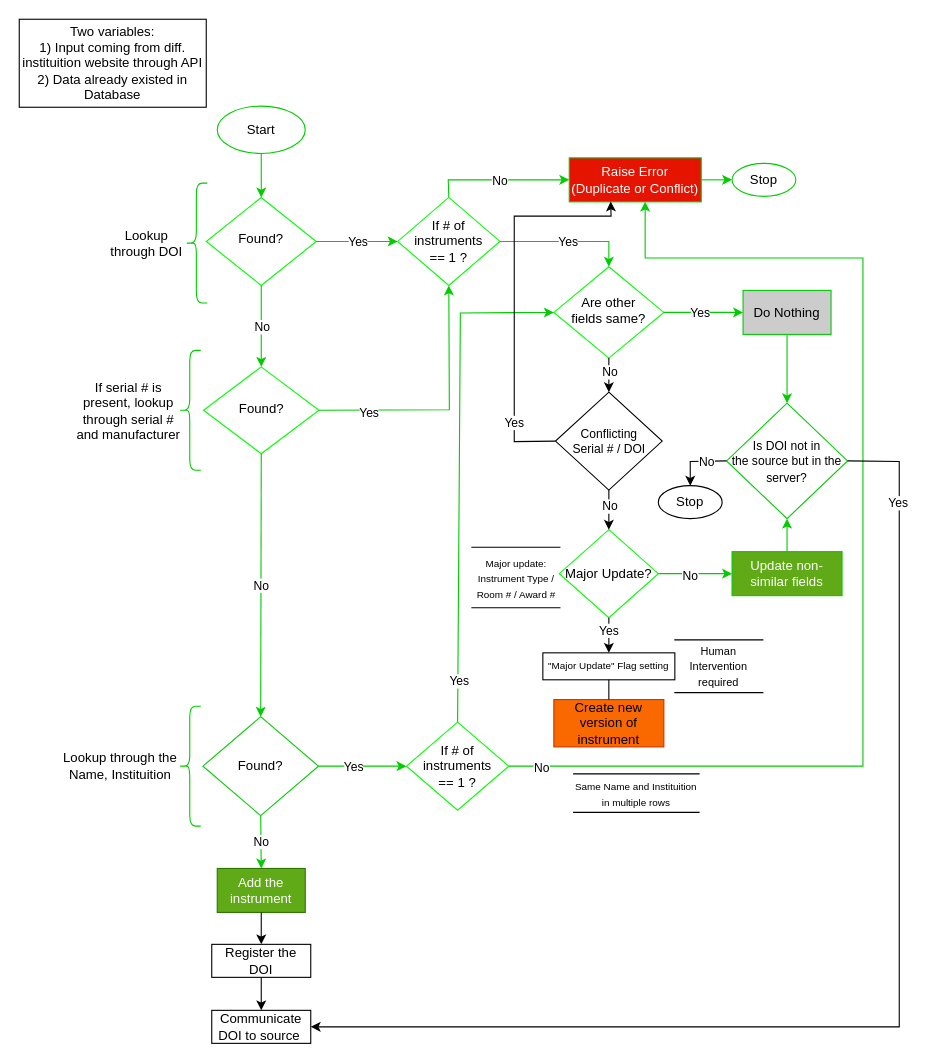
The draw.io diagram scripts/ImportInstrumentsUML.drawio in harshitjain17/DMR-FIRST-Instrument-Tool, before the edit. Source tidied: cells renumbered, new cells numbered last; positions are measured from the earlier drawing's top-left corner, leaving out a move shared by most shapes. Both pictures are drawn from the tidied source at 110%, with x=0, y=0 at pixel (19, 19).
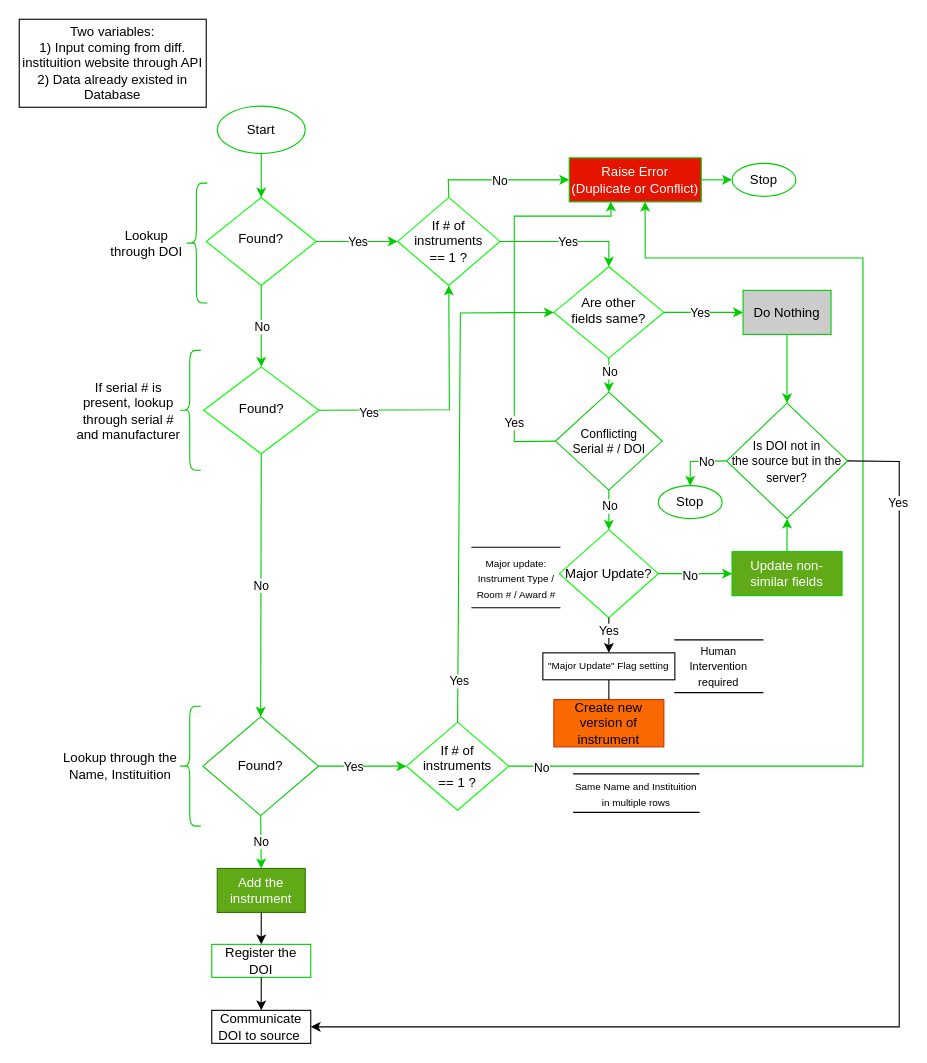
After the change.

Unchanged cells that the change refers to:
```xml
<mxCell id="6" value="Raise Error&lt;br&gt;(Duplicate or Conflict)" style="rounded=0;whiteSpace=wrap;html=1;fillColor=#e51400;strokeColor=#00CC00;fontColor=#ffffff;" parent="1" vertex="1">
  <mxGeometry x="500" y="126" width="120" height="40" as="geometry" />
</mxCell>
<mxCell id="11" value="Are other&lt;br&gt;fields same?" style="rhombus;whiteSpace=wrap;html=1;shadow=0;fontFamily=Helvetica;fontSize=12;align=center;strokeWidth=1;spacing=6;spacingTop=-4;strokeColor=#00FF00;" parent="1" vertex="1">
  <mxGeometry x="486" y="225" width="100" height="83" as="geometry" />
</mxCell>
<mxCell id="44" value="Major Update?" style="rhombus;whiteSpace=wrap;html=1;strokeColor=#00FF00;" parent="1" vertex="1">
  <mxGeometry x="491" y="464" width="90" height="80" as="geometry" />
</mxCell>
<mxCell id="55" value="&lt;font style=&quot;font-size: 11px;&quot;&gt;Is DOI not in&lt;br&gt;the source but in the server?&lt;/font&gt;" style="rhombus;whiteSpace=wrap;html=1;strokeColor=#00CC00;" parent="1" vertex="1">
  <mxGeometry x="643" y="349" width="110" height="105" as="geometry" />
</mxCell>
```

The edit, as a diff of the source:
```diff
@@
-    <mxCell id="16" style="endArrow=classic;html=1;rounded=0;exitX=0.5;exitY=1;exitDx=0;exitDy=0;entryX=0.5;entryY=0;entryDx=0;entryDy=0;" parent="1" edge="1" source="11" target="58">
+    <mxCell id="16" style="endArrow=classic;html=1;rounded=0;exitX=0.5;exitY=1;exitDx=0;exitDy=0;entryX=0.5;entryY=0;entryDx=0;entryDy=0;strokeColor=#00CC00;" parent="1" edge="1" source="11" target="58">
       <mxGeometry relative="1" as="geometry" />
     </mxCell>
@@
-    <mxCell id="51" value="Register the DOI" style="rounded=0;whiteSpace=wrap;html=1;" parent="1" vertex="1">
+    <mxCell id="51" value="Register the DOI" style="rounded=0;whiteSpace=wrap;html=1;strokeColor=#00CC00;" parent="1" vertex="1">
       <mxGeometry x="175" y="841" width="90" height="30" as="geometry" />
     </mxCell>
@@
-    <mxCell id="58" value="&lt;font style=&quot;font-size: 11px;&quot;&gt;Conflicting&lt;br&gt;Serial # / DOI&lt;/font&gt;" style="rhombus;whiteSpace=wrap;html=1;fontSize=11;strokeColor=#000000;" parent="1" vertex="1">
+    <mxCell id="58" value="&lt;font style=&quot;font-size: 11px;&quot;&gt;Conflicting&lt;br&gt;Serial # / DOI&lt;/font&gt;" style="rhombus;whiteSpace=wrap;html=1;fontSize=11;strokeColor=#00CC00;" parent="1" vertex="1">
       <mxGeometry x="487.5" y="339" width="97" height="89" as="geometry" />
     </mxCell>
@@
-    <mxCell id="60" style="endArrow=classic;html=1;rounded=0;exitX=0;exitY=0.5;exitDx=0;exitDy=0;entryX=0.5;entryY=0;entryDx=0;entryDy=0;" parent="1" edge="1" source="55" target="62">
+    <mxCell id="60" style="endArrow=classic;html=1;rounded=0;exitX=0;exitY=0.5;exitDx=0;exitDy=0;entryX=0.5;entryY=0;entryDx=0;entryDy=0;strokeColor=#00CC00;" parent="1" edge="1" source="55" target="62">
       <mxGeometry relative="1" as="geometry">
         <Array as="points">
           <mxPoint x="610" y="402" />
         </Array>
       </mxGeometry>
     </mxCell>
@@
-    <mxCell id="62" value="Stop" style="ellipse;whiteSpace=wrap;html=1;" parent="1" vertex="1">
+    <mxCell id="62" value="Stop" style="ellipse;whiteSpace=wrap;html=1;strokeColor=#00CC00;" parent="1" vertex="1">
       <mxGeometry x="581" y="424" width="58" height="30" as="geometry" />
     </mxCell>
@@
-    <mxCell id="65" style="endArrow=classic;html=1;rounded=0;exitX=0.5;exitY=1;exitDx=0;exitDy=0;entryX=0.5;entryY=0;entryDx=0;entryDy=0;" parent="1" edge="1" source="58" target="44">
+    <mxCell id="65" style="endArrow=classic;html=1;rounded=0;exitX=0.5;exitY=1;exitDx=0;exitDy=0;entryX=0.5;entryY=0;entryDx=0;entryDy=0;strokeColor=#00CC00;" parent="1" edge="1" source="58" target="44">
       <mxGeometry relative="1" as="geometry" />
     </mxCell>
@@
-    <mxCell id="68" style="endArrow=classic;html=1;rounded=0;fontSize=10;exitX=0;exitY=0.5;exitDx=0;exitDy=0;entryX=0.314;entryY=0.99;entryDx=0;entryDy=0;entryPerimeter=0;" parent="1" edge="1" source="58" target="6">
+    <mxCell id="68" style="endArrow=classic;html=1;rounded=0;fontSize=10;exitX=0;exitY=0.5;exitDx=0;exitDy=0;entryX=0.314;entryY=0.99;entryDx=0;entryDy=0;entryPerimeter=0;strokeColor=#00CC00;" parent="1" edge="1" source="58" target="6">
       <mxGeometry relative="1" as="geometry">
         <Array as="points">
           <mxPoint x="450" y="384" />
           <mxPoint x="450" y="179" />
           <mxPoint x="538" y="179" />
         </Array>
       </mxGeometry>
     </mxCell>
```
